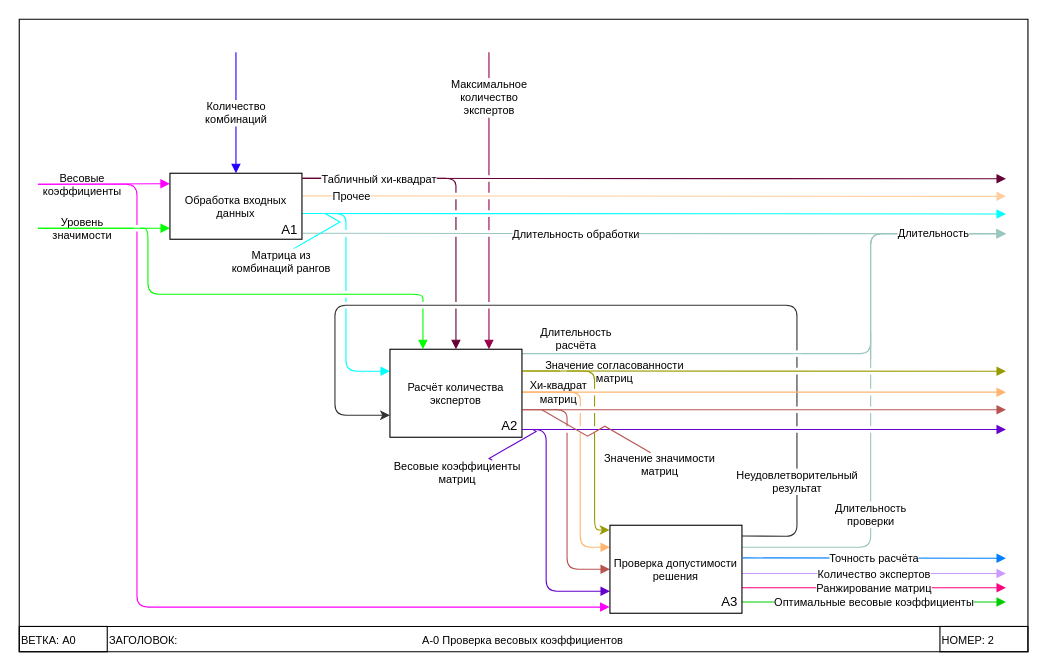
Dimj1k/Works keeps this draw.io diagram as page "А0" (2 of 4) of draw_io/idef0 prog.drawio. Above is the earlier version. Source tidied: cells renumbered, new cells numbered last; positions are measured from the earlier drawing's top-left corner, leaving out a move shared by most shapes. Both pictures are drawn from the tidied source at 110%, with x=0, y=0 at pixel (19, 19).
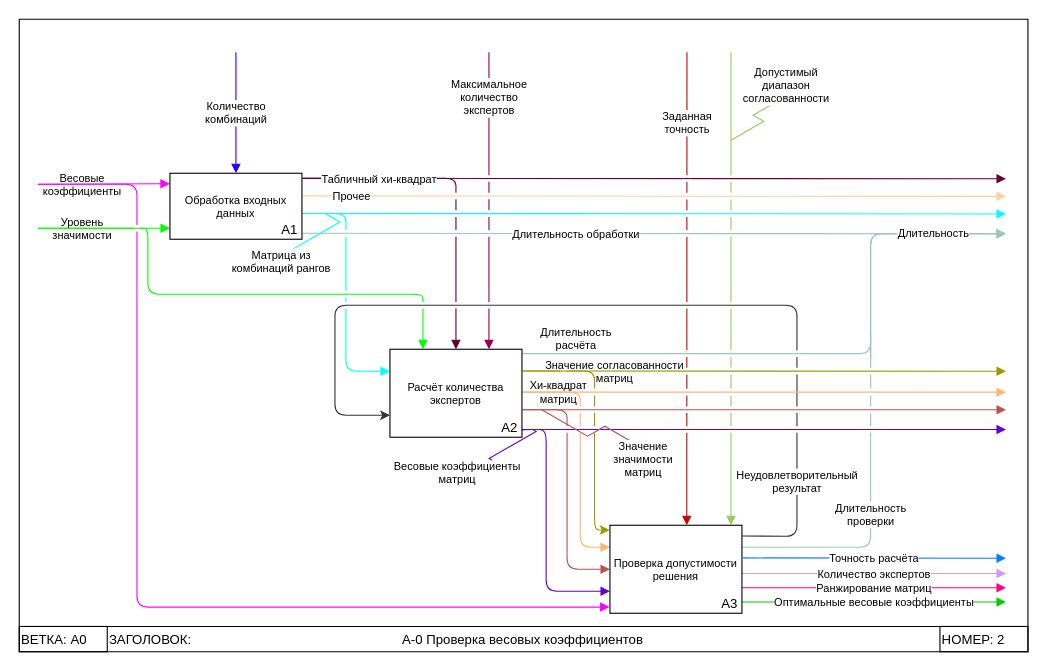
The same diagram, later.

Unchanged cells that the change refers to:
```xml
<mxCell id="11" style="swimlane;direction=west;fillColor=none;swimlaneFillColor=none;shadow=0;swimlaneLine=1;fontSize=10;" parent="1" vertex="1">
  <mxGeometry width="917" height="575" as="geometry" />
</mxCell>
<mxCell id="28" style="group;fontSize=10;" parent="11" vertex="1">
  <mxGeometry x="337" y="300" width="120" height="80" as="geometry" />
</mxCell>
<mxCell id="38" style="group;fontSize=10;" parent="11" vertex="1">
  <mxGeometry x="537" y="460" width="120" height="80" as="geometry" />
</mxCell>
<mxCell id="39" value="Проверка допустимости решения" style="rounded=0;whiteSpace=wrap;html=1;fontSize=10;" parent="38" vertex="1">
  <mxGeometry width="120" height="80" as="geometry" />
</mxCell>
```

What changed in the source:
```diff
@@
+    <mxCell id="5" style="endArrow=block;html=1;rounded=0;endFill=1;exitX=1;exitY=0.08;exitDx=0;exitDy=0;exitPerimeter=0;strokeColor=#b85450;labelBackgroundColor=default;fillColor=#f8cecc;fontSize=10;" parent="1" edge="1">
+      <mxGeometry x="-0.5" y="-45" relative="1" as="geometry">
+        <mxPoint x="457" y="355" as="sourcePoint" />
+        <mxPoint x="897" y="355" as="targetPoint" />
+      </mxGeometry>
+    </mxCell>
@@
-    <mxCell id="5" value="Значение значимости&lt;br style=&quot;font-size: 10px;&quot;&gt;матриц" style="endArrow=block;html=1;rounded=0;endFill=1;exitX=1;exitY=0.08;exitDx=0;exitDy=0;exitPerimeter=0;strokeColor=#b85450;labelBackgroundColor=default;fillColor=#f8cecc;fontSize=10;" parent="1" edge="1">
-      <mxGeometry x="-0.43" y="-50" relative="1" as="geometry">
-        <mxPoint x="457" y="355" as="sourcePoint" />
-        <mxPoint x="897" y="355" as="targetPoint" />
-      </mxGeometry>
-    </mxCell>
@@
-    <mxCell id="22" value="ВЕТКА: А0" style="text;html=1;strokeColor=default;fillColor=none;align=left;verticalAlign=middle;whiteSpace=wrap;rounded=0;glass=0;fontSize=10;" parent="11" vertex="1">
+    <mxCell id="22" value="ВЕТКА: А0" style="text;html=1;strokeColor=default;fillColor=none;align=left;verticalAlign=middle;whiteSpace=wrap;rounded=0;glass=0;fontSize=12;" parent="11" vertex="1">
       <mxGeometry y="552" width="80" height="23" as="geometry" />
     </mxCell>
-    <mxCell id="23" value="НОМЕР: 2" style="text;html=1;strokeColor=default;fillColor=none;align=left;verticalAlign=middle;whiteSpace=wrap;rounded=0;glass=0;fontSize=10;" parent="11" vertex="1">
+    <mxCell id="23" value="НОМЕР: 2" style="text;html=1;strokeColor=default;fillColor=none;align=left;verticalAlign=middle;whiteSpace=wrap;rounded=0;glass=0;fontSize=12;" parent="11" vertex="1">
       <mxGeometry x="837" y="552" width="80" height="23" as="geometry" />
     </mxCell>
-    <mxCell id="24" value="ЗАГОЛОВОК:&amp;nbsp;" style="text;html=1;strokeColor=none;fillColor=none;align=left;verticalAlign=middle;whiteSpace=wrap;rounded=0;glass=0;fontSize=10;" parent="11" vertex="1">
+    <mxCell id="24" value="ЗАГОЛОВОК:&amp;nbsp;" style="text;html=1;strokeColor=none;fillColor=none;align=left;verticalAlign=middle;whiteSpace=wrap;rounded=0;glass=0;fontSize=12;" parent="11" vertex="1">
       <mxGeometry x="80" y="552" width="80" height="23" as="geometry" />
     </mxCell>
-    <mxCell id="25" value="А-0 Проверка весовых коэффициентов" style="text;html=1;strokeColor=none;fillColor=none;align=center;verticalAlign=middle;whiteSpace=wrap;rounded=0;glass=0;fontSize=10;" parent="11" vertex="1">
+    <mxCell id="25" value="А-0 Проверка весовых коэффициентов" style="text;html=1;strokeColor=none;fillColor=none;align=center;verticalAlign=middle;whiteSpace=wrap;rounded=0;glass=0;fontSize=12;" parent="11" vertex="1">
       <mxGeometry x="80" y="552" width="756" height="23" as="geometry" />
     </mxCell>
@@
     <mxCell id="30" value="&lt;font style=&quot;font-size: 12px;&quot;&gt;А2&lt;/font&gt;" style="text;html=1;strokeColor=none;fillColor=none;align=center;verticalAlign=middle;whiteSpace=wrap;rounded=0;fontSize=10;" parent="28" vertex="1">
-      <mxGeometry x="98" y="60" width="22" height="20" as="geometry" />
+      <mxGeometry x="98" y="63" width="22" height="17" as="geometry" />
     </mxCell>
@@
     <mxCell id="40" value="&lt;font style=&quot;font-size: 12px;&quot;&gt;А3&lt;/font&gt;" style="text;html=1;strokeColor=none;fillColor=none;align=center;verticalAlign=middle;whiteSpace=wrap;rounded=0;fontSize=10;" parent="38" vertex="1">
-      <mxGeometry x="98" y="60" width="22" height="20" as="geometry" />
+      <mxGeometry x="98" y="63" width="22" height="17" as="geometry" />
     </mxCell>
@@
+    <mxCell id="52" value="Заданная&lt;br&gt;точность" style="endArrow=block;html=1;rounded=0;entryX=0.582;entryY=-0.001;entryDx=0;entryDy=0;strokeColor=#C40606;jumpStyle=gap;endFill=1;fontSize=10;entryPerimeter=0;" parent="11" edge="1" target="39">
+      <mxGeometry x="-0.7" relative="1" as="geometry">
+        <mxPoint x="607" y="30" as="sourcePoint" />
+      </mxGeometry>
+    </mxCell>
@@
+    <mxCell id="46" value="Значение&lt;br style=&quot;border-color: var(--border-color);&quot;&gt;значимости&lt;br style=&quot;border-color: var(--border-color);&quot;&gt;матриц" style="edgeStyle=isometricEdgeStyle;endArrow=none;html=1;rounded=0;elbow=vertical;strokeColor=#b85450;fontSize=10;" parent="1" edge="1">
+      <mxGeometry x="-0.95" y="9" relative="1" as="geometry">
+        <mxPoint x="574" y="394" as="sourcePoint" />
+        <mxPoint x="475" y="355" as="targetPoint" />
+      </mxGeometry>
+    </mxCell>
@@
-    <mxCell id="46" style="edgeStyle=isometricEdgeStyle;endArrow=none;html=1;rounded=0;elbow=vertical;strokeColor=#b85450;fontSize=10;" parent="1" edge="1">
-      <mxGeometry relative="1" as="geometry">
-        <mxPoint x="574" y="394" as="sourcePoint" />
-        <mxPoint x="475" y="355" as="targetPoint" />
-      </mxGeometry>
-    </mxCell>
@@
+    <mxCell id="53" style="rounded=0;whiteSpace=wrap;html=1;fillColor=default;strokeColor=none;" parent="1" vertex="1">
+      <mxGeometry x="604" y="141.8" width="6" height="6" as="geometry" />
+    </mxCell>
+    <mxCell id="54" style="endArrow=none;html=1;rounded=0;entryX=1;entryY=0.5;entryDx=0;entryDy=0;strokeColor=#660033;exitX=0;exitY=0.5;exitDx=0;exitDy=0;" parent="1" edge="1" source="53" target="53">
+      <mxGeometry relative="1" as="geometry" />
+    </mxCell>
+    <mxCell id="55" style="endArrow=block;html=1;rounded=0;entryX=0.582;entryY=-0.001;entryDx=0;entryDy=0;strokeColor=#96cc5c;jumpStyle=gap;endFill=1;fontSize=10;entryPerimeter=0;" parent="1" edge="1">
+      <mxGeometry x="-0.86" y="60" relative="1" as="geometry">
+        <mxPoint x="647" y="30" as="sourcePoint" />
+        <mxPoint x="647" y="460" as="targetPoint" />
+      </mxGeometry>
+    </mxCell>
+    <mxCell id="56" value="Допустимый&lt;br style=&quot;border-color: var(--border-color); font-size: 10px;&quot;&gt;&lt;span style=&quot;font-size: 10px;&quot;&gt;диапазон&lt;/span&gt;&lt;br style=&quot;border-color: var(--border-color); font-size: 10px;&quot;&gt;&lt;span style=&quot;font-size: 10px;&quot;&gt;согласованности&lt;/span&gt;" style="edgeStyle=isometricEdgeStyle;endArrow=none;html=1;rounded=0;strokeColor=#96cc5c;fontSize=10;" parent="1" edge="1">
+      <mxGeometry x="1" y="10" relative="1" as="geometry">
+        <mxPoint x="647" y="110" as="sourcePoint" />
+        <mxPoint x="697" y="70" as="targetPoint" />
+        <mxPoint x="5" y="-1" as="offset" />
+      </mxGeometry>
+    </mxCell>
```
